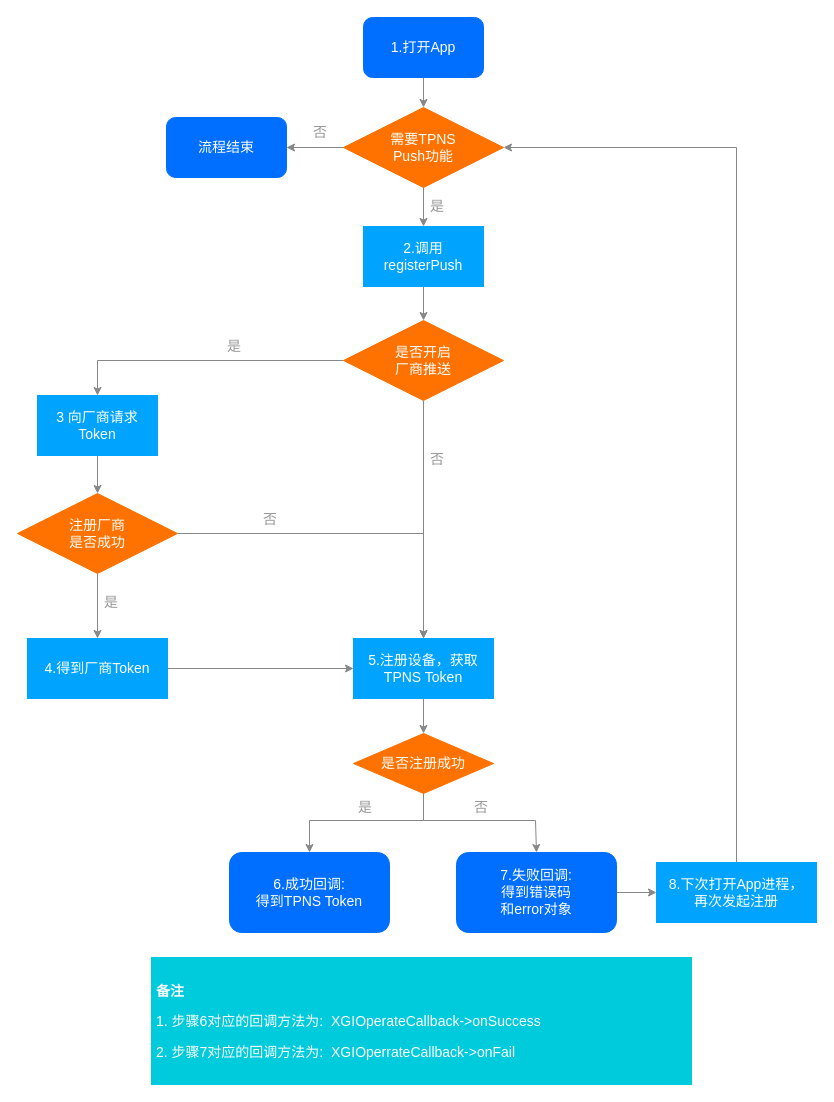
The draw.io diagram register_android.drawio in muyanbiao/tpnsFlowChart, before the edit. Source tidied: cells renumbered, new cells numbered last; positions are measured from the earlier drawing's top-left corner, leaving out a move shared by most shapes. Both pictures are drawn from the tidied source at 100%, with x=0, y=0 at pixel (17, 17).
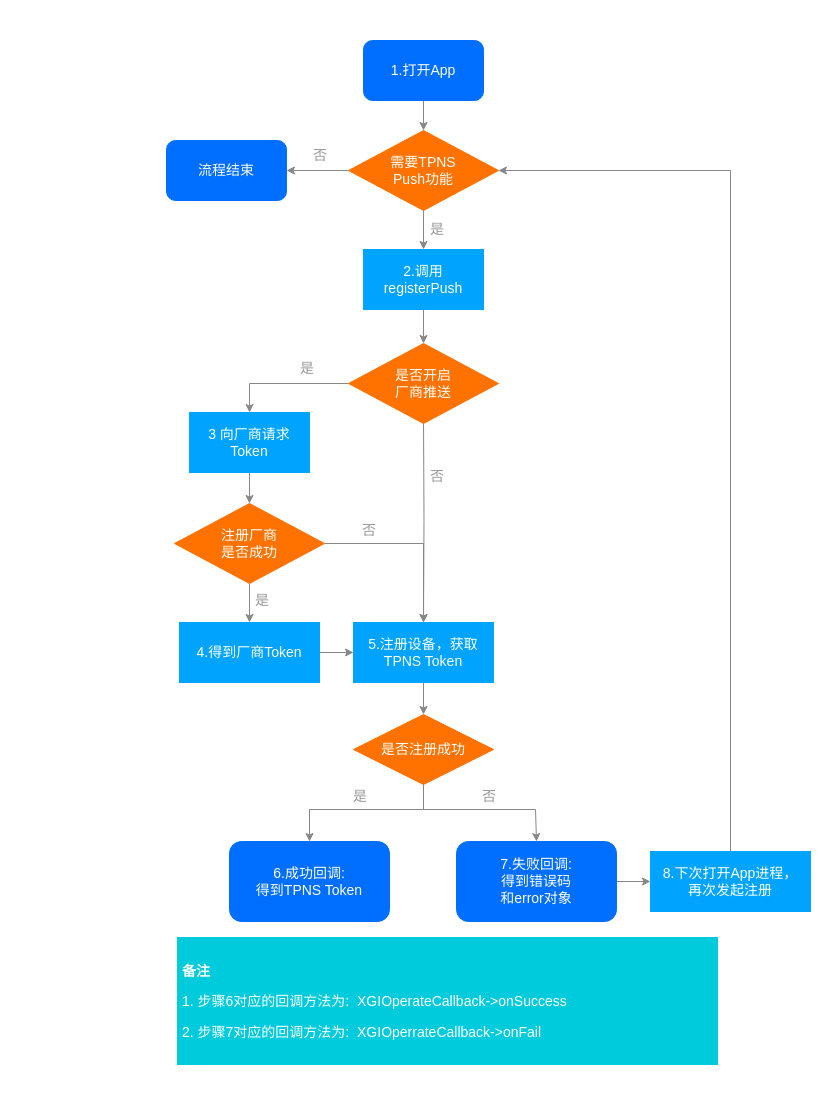
The same page after the edit.

What changed in the source:
```diff
@@
     <mxCell id="3" value="&lt;font face=&quot;helvetica&quot; style=&quot;font-size: 14px;&quot;&gt;1.打开App&lt;/font&gt;" style="rounded=1;whiteSpace=wrap;html=1;fillColor=#006EFF;strokeColor=#006EFF;fontSize=14;fontColor=#FFFFFF;" parent="1" vertex="1">
-      <mxGeometry x="346" width="120" height="60" as="geometry" />
+      <mxGeometry x="346" y="23" width="120" height="60" as="geometry" />
     </mxCell>
@@
     <mxCell id="5" value="&lt;font face=&quot;helvetica&quot; style=&quot;font-size: 14px;&quot;&gt;&lt;font style=&quot;font-size: 14px;&quot;&gt;2.调用&lt;br style=&quot;font-size: 14px;&quot;&gt;registerPush&lt;/font&gt;&lt;br style=&quot;font-size: 14px;&quot;&gt;&lt;/font&gt;" style="rounded=0;whiteSpace=wrap;html=1;fontSize=14;fillColor=#00A4FF;strokeColor=#00A4FF;fontColor=#FFFFFF;" parent="1" vertex="1">
-      <mxGeometry x="346" y="209" width="120" height="60" as="geometry" />
+      <mxGeometry x="346" y="232" width="120" height="60" as="geometry" />
     </mxCell>
     <mxCell id="6" value="是" style="text;html=1;strokeColor=none;fillColor=none;align=center;verticalAlign=middle;whiteSpace=wrap;rounded=0;fontSize=14;fontColor=#999999;" parent="1" vertex="1">
-      <mxGeometry x="408" y="177" width="24" height="24" as="geometry" />
+      <mxGeometry x="408" y="200" width="24" height="24" as="geometry" />
     </mxCell>
@@
     <mxCell id="8" value="需要TPNS&lt;br&gt;Push功能" style="rhombus;whiteSpace=wrap;html=1;fontSize=14;fillColor=#FF7200;strokeColor=#FF7200;fontColor=#FFFFFF;" parent="1" vertex="1">
-      <mxGeometry x="326" y="90" width="160" height="80" as="geometry" />
+      <mxGeometry x="331" y="113" width="150" height="80" as="geometry" />
     </mxCell>
@@
-    <mxCell id="11" style="edgeStyle=orthogonalEdgeStyle;rounded=0;jettySize=auto;html=1;strokeColor=#878787;fontSize=14;fontColor=#FFFFFF;" parent="1" edge="1" source="12" target="34">
-      <mxGeometry relative="1" as="geometry" />
+    <mxCell id="11" style="edgeStyle=orthogonalEdgeStyle;rounded=0;jettySize=auto;html=1;strokeColor=#878787;fontSize=14;fontColor=#FFFFFF;" parent="1" edge="1" target="34">
+      <mxGeometry relative="1" as="geometry">
+        <mxPoint x="406" y="400" as="sourcePoint" />
+      </mxGeometry>
     </mxCell>
     <mxCell id="12" value="是否开启&lt;br&gt;厂商推送" style="rhombus;whiteSpace=wrap;html=1;fontSize=14;fillColor=#FF7200;strokeColor=#FF7200;fontColor=#FFFFFF;" parent="1" vertex="1">
-      <mxGeometry x="326" y="303" width="160" height="80" as="geometry" />
+      <mxGeometry x="331" y="326" width="150" height="80" as="geometry" />
     </mxCell>
     <mxCell id="13" value="是" style="text;html=1;strokeColor=none;fillColor=none;align=center;verticalAlign=middle;whiteSpace=wrap;rounded=0;fontSize=14;fontColor=#999999;" parent="1" vertex="1">
-      <mxGeometry x="205" y="317" width="24" height="24" as="geometry" />
+      <mxGeometry x="278" y="339" width="24" height="24" as="geometry" />
     </mxCell>
@@
     <mxCell id="15" value="3 向厂商请求 Token" style="rounded=0;whiteSpace=wrap;html=1;fontSize=14;fillColor=#00A4FF;strokeColor=#00A4FF;fontColor=#FFFFFF;" parent="1" vertex="1">
-      <mxGeometry x="20" y="378" width="120" height="60" as="geometry" />
+      <mxGeometry x="172" y="395" width="120" height="60" as="geometry" />
     </mxCell>
     <mxCell id="16" style="edgeStyle=orthogonalEdgeStyle;rounded=0;jettySize=auto;html=1;exitX=0.5;exitY=1;exitDx=0;exitDy=0;entryX=0.5;entryY=0;entryDx=0;entryDy=0;fontSize=14;strokeColor=#878787;" parent="1" edge="1" source="17" target="18">
       <mxGeometry relative="1" as="geometry">
         <Array as="points">
-          <mxPoint x="406" y="803" />
-          <mxPoint x="292" y="803" />
+          <mxPoint x="406" y="792" />
+          <mxPoint x="292" y="792" />
         </Array>
       </mxGeometry>
     </mxCell>
     <mxCell id="17" value="是否注册成功" style="rhombus;whiteSpace=wrap;html=1;fontSize=14;fillColor=#FF7200;strokeColor=#FF7200;fontColor=#FFFFFF;" parent="1" vertex="1">
-      <mxGeometry x="336" y="716" width="140" height="60" as="geometry" />
+      <mxGeometry x="336" y="697" width="140" height="70" as="geometry" />
     </mxCell>
     <mxCell id="18" value="&lt;font style=&quot;font-size: 14px;&quot;&gt;6.成功回调: &lt;br style=&quot;font-size: 14px;&quot;&gt;得到TPNS Token&lt;/font&gt;" style="rounded=1;whiteSpace=wrap;html=1;fontSize=14;fillColor=#006EFF;strokeColor=#006EFF;fontColor=#FFFFFF;" parent="1" vertex="1">
-      <mxGeometry x="212" y="835" width="160" height="80" as="geometry" />
+      <mxGeometry x="212" y="824" width="160" height="80" as="geometry" />
     </mxCell>
-    <mxCell id="19" style="edgeStyle=orthogonalEdgeStyle;rounded=0;jettySize=auto;html=1;exitX=1;exitY=0.5;exitDx=0;exitDy=0;entryX=0;entryY=0.5;entryDx=0;entryDy=0;fontSize=14;strokeColor=#878787;" parent="1" edge="1" source="20" target="22">
+    <mxCell id="19" style="edgeStyle=orthogonalEdgeStyle;rounded=0;jettySize=auto;html=1;strokeColor=#878787;fontSize=14;fontColor=#FFFFFF;" parent="1" edge="1" source="20" target="22">
       <mxGeometry relative="1" as="geometry" />
     </mxCell>
     <mxCell id="20" value="&lt;font style=&quot;font-size: 14px&quot;&gt;7.失败回调: &lt;br style=&quot;font-size: 14px&quot;&gt;得到错误码&lt;br&gt;和error对象&lt;/font&gt;" style="rounded=1;whiteSpace=wrap;html=1;fontSize=14;fillColor=#006EFF;strokeColor=#006EFF;fontColor=#FFFFFF;" parent="1" vertex="1">
-      <mxGeometry x="439" y="835" width="160" height="80" as="geometry" />
+      <mxGeometry x="439" y="824" width="160" height="80" as="geometry" />
     </mxCell>
@@
     <mxCell id="22" value="8.下次打开App进程，&lt;br&gt;再次发起注册" style="rounded=0;whiteSpace=wrap;html=1;fontSize=14;fillColor=#00A4FF;strokeColor=#00A4FF;fontColor=#FFFFFF;" parent="1" vertex="1">
-      <mxGeometry x="639" y="845" width="160" height="60" as="geometry" />
+      <mxGeometry x="633" y="834" width="160" height="60" as="geometry" />
     </mxCell>
     <mxCell id="23" value="&lt;font face=&quot;helvetica&quot; style=&quot;font-size: 14px;&quot;&gt;流程结束&lt;br style=&quot;font-size: 14px;&quot;&gt;&lt;/font&gt;" style="rounded=1;whiteSpace=wrap;html=1;fillColor=#006EFF;strokeColor=#006EFF;fontSize=14;fontColor=#FFFFFF;" parent="1" vertex="1">
-      <mxGeometry x="149" y="100" width="120" height="60" as="geometry" />
+      <mxGeometry x="149" y="123" width="120" height="60" as="geometry" />
     </mxCell>
     <mxCell id="24" value="否" style="text;html=1;strokeColor=none;fillColor=none;align=center;verticalAlign=middle;whiteSpace=wrap;rounded=0;fontSize=14;fontColor=#999999;" parent="1" vertex="1">
-      <mxGeometry x="291" y="103" width="24" height="24" as="geometry" />
+      <mxGeometry x="291" y="126" width="24" height="24" as="geometry" />
     </mxCell>
     <mxCell id="25" value="是" style="text;html=1;strokeColor=none;fillColor=none;align=center;verticalAlign=middle;whiteSpace=wrap;rounded=0;fontSize=14;fontColor=#999999;" parent="1" vertex="1">
-      <mxGeometry x="336" y="778" width="24" height="24" as="geometry" />
+      <mxGeometry x="331" y="767" width="24" height="24" as="geometry" />
     </mxCell>
     <mxCell id="26" style="edgeStyle=orthogonalEdgeStyle;rounded=0;jettySize=auto;html=1;entryX=0.5;entryY=0;entryDx=0;entryDy=0;exitX=0.5;exitY=1;exitDx=0;exitDy=0;fontSize=14;strokeColor=#878787;" parent="1" edge="1" source="17" target="20">
       <mxGeometry relative="1" as="geometry">
         <Array as="points">
-          <mxPoint x="406" y="803" />
-          <mxPoint x="518" y="803" />
+          <mxPoint x="406" y="792" />
+          <mxPoint x="518" y="792" />
         </Array>
       </mxGeometry>
     </mxCell>
     <mxCell id="27" value="否" style="text;html=1;strokeColor=none;fillColor=none;align=center;verticalAlign=middle;whiteSpace=wrap;rounded=0;fontSize=14;fontColor=#999999;" parent="1" vertex="1">
-      <mxGeometry x="452" y="778" width="24" height="24" as="geometry" />
+      <mxGeometry x="460" y="767" width="24" height="24" as="geometry" />
     </mxCell>
@@
     <mxCell id="30" value="注册厂商&lt;br&gt;是否成功" style="rhombus;whiteSpace=wrap;html=1;fontSize=14;fillColor=#FF7200;strokeColor=#FF7200;fontColor=#FFFFFF;" parent="1" vertex="1">
-      <mxGeometry y="476" width="160" height="80" as="geometry" />
+      <mxGeometry x="157" y="486" width="150" height="80" as="geometry" />
     </mxCell>
-    <mxCell id="31" style="edgeStyle=orthogonalEdgeStyle;rounded=0;jettySize=auto;html=1;entryX=0;entryY=0.5;entryDx=0;entryDy=0;strokeColor=#878787;fontSize=14;fontColor=#FFFFFF;" parent="1" edge="1" source="32" target="34">
-      <mxGeometry relative="1" as="geometry">
-        <Array as="points">
-          <mxPoint x="336" y="651" />
-        </Array>
-      </mxGeometry>
+    <mxCell id="31" style="edgeStyle=orthogonalEdgeStyle;rounded=0;jettySize=auto;html=1;strokeColor=#878787;fontSize=14;fontColor=#FFFFFF;" parent="1" edge="1" source="32" target="34">
+      <mxGeometry relative="1" as="geometry" />
     </mxCell>
     <mxCell id="32" value="4.得到厂商Token" style="rounded=0;whiteSpace=wrap;html=1;fontSize=14;fillColor=#00A4FF;strokeColor=#00A4FF;fontColor=#FFFFFF;" parent="1" vertex="1">
-      <mxGeometry x="10" y="621" width="140" height="60" as="geometry" />
+      <mxGeometry x="162" y="605" width="140" height="60" as="geometry" />
     </mxCell>
@@
     <mxCell id="34" value="5.注册设备，获取TPNS Token" style="rounded=0;whiteSpace=wrap;html=1;fontSize=14;fillColor=#00A4FF;strokeColor=#00A4FF;fontColor=#FFFFFF;" parent="1" vertex="1">
-      <mxGeometry x="336" y="621" width="140" height="60" as="geometry" />
+      <mxGeometry x="336" y="605" width="140" height="60" as="geometry" />
     </mxCell>
     <mxCell id="35" value="&lt;h1 style=&quot;font-size: 14px&quot;&gt;&lt;br&gt;&lt;/h1&gt;&lt;h1 style=&quot;font-size: 14px&quot;&gt;备注&lt;/h1&gt;&lt;p style=&quot;font-family: &amp;quot;helvetica&amp;quot; ; font-size: 14px&quot;&gt;1. 步骤6对应的回调方法为:&amp;nbsp;&amp;nbsp;XGIOperateCallback-&amp;gt;onSuccess&lt;/p&gt;&lt;p style=&quot;font-family: &amp;quot;helvetica&amp;quot; ; font-size: 14px&quot;&gt;2. 步骤7对应的回调方法为:&amp;nbsp; XGIOperrateCallback-&amp;gt;onFail&lt;/p&gt;&lt;p style=&quot;font-size: 14px&quot;&gt;&lt;br style=&quot;font-size: 14px&quot;&gt;&lt;/p&gt;" style="text;html=1;spacing=5;spacingTop=-20;whiteSpace=wrap;overflow=hidden;rounded=0;fontSize=14;fillColor=#00CBDC;strokeColor=#00CBDC;fontColor=#FFFFFF;" parent="1" vertex="1">
-      <mxGeometry x="134" y="940" width="540" height="127" as="geometry" />
+      <mxGeometry x="160" y="920" width="540" height="127" as="geometry" />
     </mxCell>
     <mxCell id="36" value="是" style="text;html=1;strokeColor=none;fillColor=none;align=center;verticalAlign=middle;whiteSpace=wrap;rounded=0;fontSize=14;fontColor=#999999;" parent="1" vertex="1">
-      <mxGeometry x="82" y="573" width="24" height="24" as="geometry" />
+      <mxGeometry x="233" y="571" width="24" height="24" as="geometry" />
     </mxCell>
     <mxCell id="37" value="否" style="text;html=1;strokeColor=none;fillColor=none;align=center;verticalAlign=middle;whiteSpace=wrap;rounded=0;fontSize=14;fontColor=#999999;" parent="1" vertex="1">
-      <mxGeometry x="241" y="490" width="24" height="24" as="geometry" />
+      <mxGeometry x="340" y="501" width="24" height="24" as="geometry" />
     </mxCell>
     <mxCell id="38" value="否" style="text;html=1;strokeColor=none;fillColor=none;align=center;verticalAlign=middle;whiteSpace=wrap;rounded=0;fontSize=14;fontColor=#999999;" parent="1" vertex="1">
-      <mxGeometry x="408" y="430" width="24" height="24" as="geometry" />
+      <mxGeometry x="408" y="447" width="24" height="24" as="geometry" />
     </mxCell>
```
